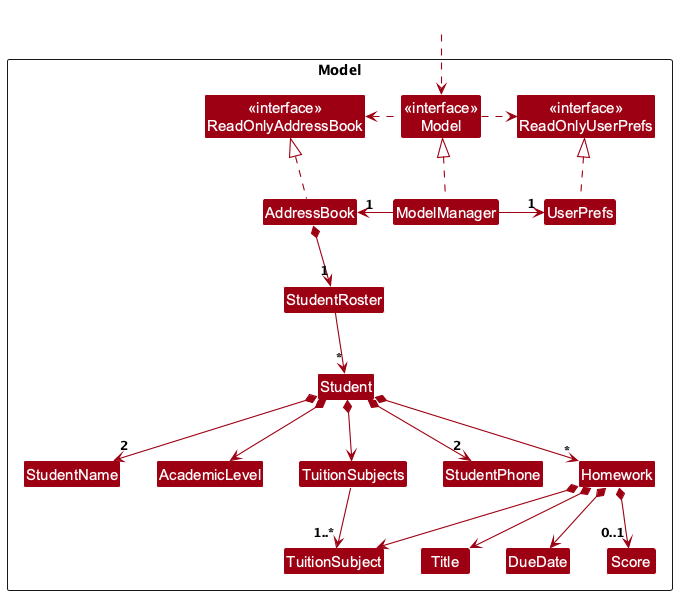
The PlantUML diagram docs/images/ModelClassDiagram.png in AY2627S1-CS2103-F12-1/tp, before a commit.
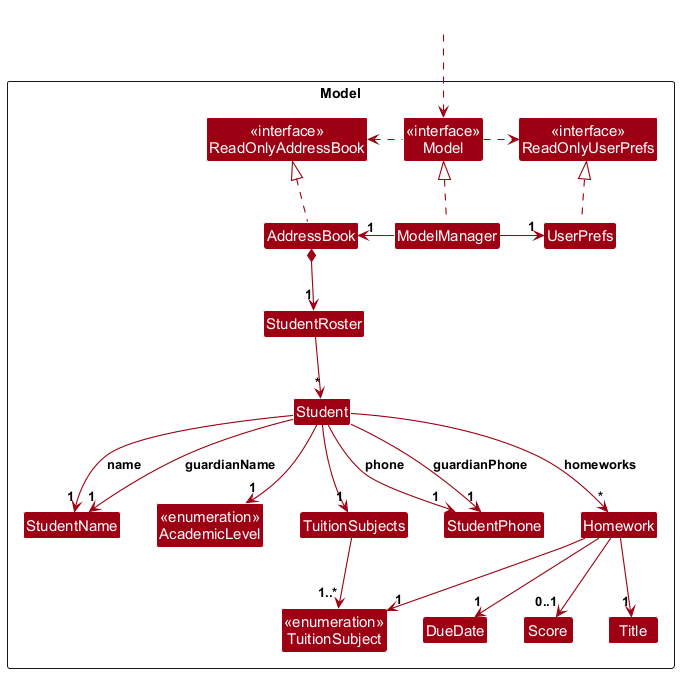
The same file after the commit.

What changed in the source:
```diff
@@ -4,7 +4,7 @@
 skinparam arrowColor MODEL_COLOR
 skinparam classBackgroundColor MODEL_COLOR
 
-Package Model as ModelPackage <<Rectangle>>{
+Package Model as ModelPackage {
 Class "<<interface>>\nReadOnlyAddressBook" as ReadOnlyAddressBook
 Class "<<interface>>\nReadOnlyUserPrefs" as ReadOnlyUserPrefs
 Class "<<interface>>\nModel" as Model
@@ -15,13 +15,13 @@
 Class StudentRoster
 Class Student
 Class StudentName
-Class AcademicLevel
+Enum "<<enumeration>>\nAcademicLevel" as AcademicLevel
 Class TuitionSubjects
 Class StudentPhone
 
 Class Homework
 Class Title
-Class TuitionSubject
+Enum "<<enumeration>>\nTuitionSubject" as TuitionSubject
 Class DueDate
 Class Score
 }
@@ -40,15 +40,17 @@
 
 AddressBook *--> "1" StudentRoster
 StudentRoster --> "*" Student
-Student *--> "2" StudentName
-Student *--> AcademicLevel
-Student *--> TuitionSubjects
-Student *--> "2" StudentPhone
-Student *--> "*" Homework
+Student --> "1" StudentName : name
+Student --> "1" StudentName : guardianName
+Student --> "1" AcademicLevel
+Student --> "1" TuitionSubjects
+Student --> "1" StudentPhone : phone
+Student --> "1" StudentPhone : guardianPhone
+Student --> "*" Homework : homeworks
 
 TuitionSubjects --> "1..*" TuitionSubject
-Homework *--> Title
-Homework *--> TuitionSubject
-Homework *--> DueDate
-Homework *--> "0..1" Score
+Homework --> "1" Title
+Homework --> "1" TuitionSubject
+Homework --> "1" DueDate
+Homework --> "0..1" Score
 @enduml
```
